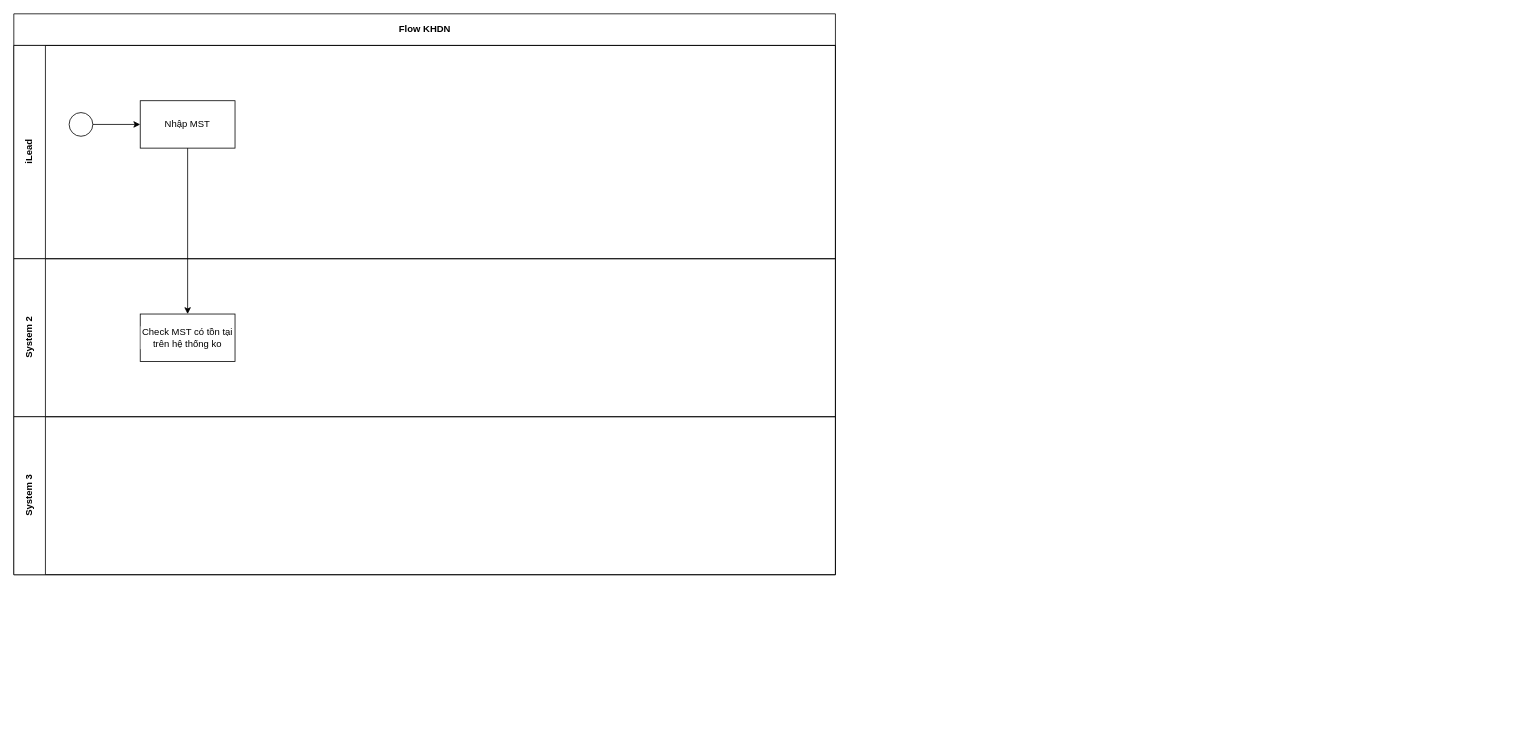
Before: PTI KHDN.drawio in samhp-cloud/star, a draw.io diagram. Source tidied: cells renumbered, new cells numbered last; positions are measured from the earlier drawing's top-left corner, leaving out a move shared by most shapes. Both pictures are drawn from the tidied source at 79%, with x=0, y=0 at pixel (13, 13).
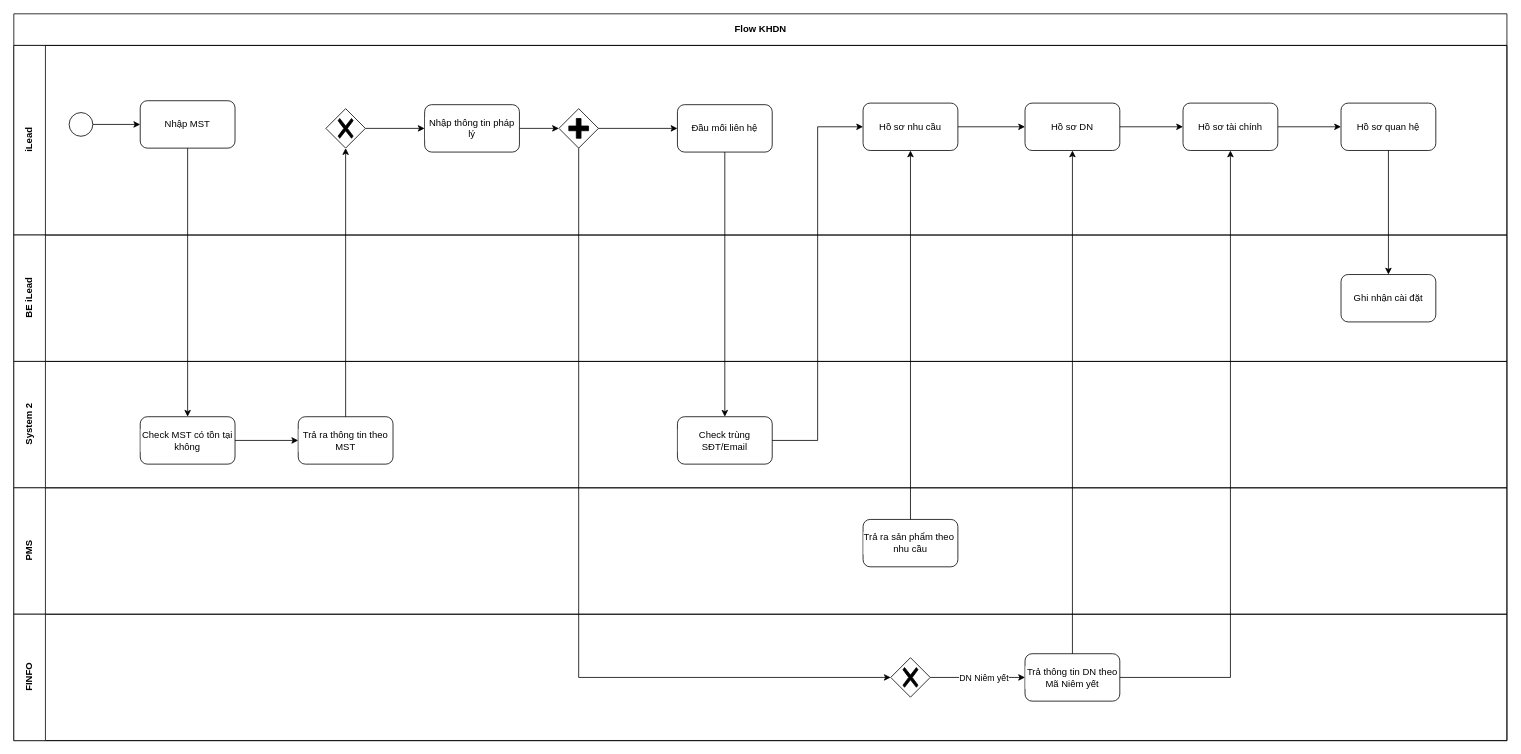
The same diagram, later.

The edit, as a diff of the source:
```diff
@@
     <mxCell id="2" value="Flow KHDN" style="swimlane;html=1;horizontal=1;startSize=40;" parent="1" vertex="1">
-      <mxGeometry width="1040" height="710" as="geometry" />
+      <mxGeometry width="1890" height="920" as="geometry" />
     </mxCell>
     <mxCell id="3" value="iLead" style="swimlane;html=1;startSize=40;horizontal=0;" parent="2" vertex="1">
-      <mxGeometry y="40" width="1040" height="270" as="geometry" />
+      <mxGeometry y="40" width="1890" height="240" as="geometry" />
     </mxCell>
@@
-    <mxCell id="6" value="Nhập MST" style="whiteSpace=wrap;html=1;verticalAlign=middle;labelBackgroundColor=#ffffff;" parent="3" vertex="1">
+    <mxCell id="6" value="Nhập MST" style="whiteSpace=wrap;html=1;verticalAlign=middle;labelBackgroundColor=#ffffff;rounded=1;" parent="3" vertex="1">
       <mxGeometry x="160" y="70" width="120" height="60" as="geometry" />
     </mxCell>
+    <mxCell id="11" style="edgeStyle=orthogonalEdgeStyle;rounded=0;jettySize=auto;html=1;" parent="3" edge="1" source="12" target="14">
+      <mxGeometry relative="1" as="geometry" />
+    </mxCell>
+    <mxCell id="12" style="points=[[0.25,0.25,0],[0.5,0,0],[0.75,0.25,0],[1,0.5,0],[0.75,0.75,0],[0.5,1,0],[0.25,0.75,0],[0,0.5,0]];shape=mxgraph.bpmn.gateway2;html=1;verticalLabelPosition=bottom;labelBackgroundColor=#ffffff;verticalAlign=top;align=center;perimeter=rhombusPerimeter;outlineConnect=0;outline=none;symbol=none;gwType=exclusive;rounded=1;" parent="3" vertex="1">
+      <mxGeometry x="395" y="80" width="50" height="50" as="geometry" />
+    </mxCell>
+    <mxCell id="13" style="edgeStyle=orthogonalEdgeStyle;rounded=0;jettySize=auto;html=1;exitX=1;exitY=0.5;exitDx=0;exitDy=0;entryX=0;entryY=0.5;entryDx=0;entryDy=0;entryPerimeter=0;" parent="3" edge="1" source="14" target="21">
+      <mxGeometry relative="1" as="geometry" />
+    </mxCell>
+    <mxCell id="14" value="Nhập thông tin pháp lý" style="whiteSpace=wrap;html=1;verticalAlign=middle;labelBackgroundColor=#ffffff;rounded=1;" parent="3" vertex="1">
+      <mxGeometry x="520" y="75" width="120" height="60" as="geometry" />
+    </mxCell>
+    <mxCell id="15" value="Đầu mối liên hệ" style="whiteSpace=wrap;html=1;verticalAlign=middle;labelBackgroundColor=#ffffff;rounded=1;" parent="3" vertex="1">
+      <mxGeometry x="840" y="75" width="120" height="60" as="geometry" />
+    </mxCell>
+    <mxCell id="16" style="edgeStyle=orthogonalEdgeStyle;rounded=0;jettySize=auto;html=1;exitX=1;exitY=0.5;exitDx=0;exitDy=0;" parent="3" edge="1" source="17" target="18">
+      <mxGeometry relative="1" as="geometry" />
+    </mxCell>
+    <mxCell id="17" value="Hồ sơ nhu cầu" style="whiteSpace=wrap;html=1;verticalAlign=middle;labelBackgroundColor=#ffffff;rounded=1;" parent="3" vertex="1">
+      <mxGeometry x="1075" y="73" width="120" height="60" as="geometry" />
+    </mxCell>
+    <mxCell id="18" value="Hồ sơ DN" style="whiteSpace=wrap;html=1;verticalAlign=middle;labelBackgroundColor=#ffffff;rounded=1;" parent="3" vertex="1">
+      <mxGeometry x="1280" y="73" width="120" height="60" as="geometry" />
+    </mxCell>
+    <mxCell id="19" value="Hồ sơ quan hệ" style="whiteSpace=wrap;html=1;labelBackgroundColor=#ffffff;rounded=1;" parent="3" vertex="1">
+      <mxGeometry x="1680" y="73" width="120" height="60" as="geometry" />
+    </mxCell>
+    <mxCell id="20" style="edgeStyle=orthogonalEdgeStyle;rounded=0;jettySize=auto;html=1;exitX=1;exitY=0.5;exitDx=0;exitDy=0;exitPerimeter=0;" parent="3" edge="1" source="21" target="15">
+      <mxGeometry relative="1" as="geometry" />
+    </mxCell>
+    <mxCell id="21" style="points=[[0.25,0.25,0],[0.5,0,0],[0.75,0.25,0],[1,0.5,0],[0.75,0.75,0],[0.5,1,0],[0.25,0.75,0],[0,0.5,0]];shape=mxgraph.bpmn.gateway2;html=1;verticalLabelPosition=bottom;labelBackgroundColor=#ffffff;verticalAlign=top;align=center;perimeter=rhombusPerimeter;outlineConnect=0;outline=none;symbol=none;gwType=parallel;rounded=1;" parent="3" vertex="1">
+      <mxGeometry x="690" y="80" width="50" height="50" as="geometry" />
+    </mxCell>
+    <mxCell id="22" value="BE iLead" style="swimlane;html=1;startSize=40;horizontal=0;" parent="2" vertex="1">
+      <mxGeometry y="280" width="1890" height="160" as="geometry" />
+    </mxCell>
+    <mxCell id="23" value="Ghi nhận cài đặt" style="whiteSpace=wrap;html=1;labelBackgroundColor=#ffffff;rounded=1;" parent="22" vertex="1">
+      <mxGeometry x="1680" y="50" width="120" height="60" as="geometry" />
+    </mxCell>
     <mxCell id="7" value="System 2" style="swimlane;html=1;startSize=40;horizontal=0;" parent="2" vertex="1">
-      <mxGeometry y="310" width="1040" height="200" as="geometry" />
+      <mxGeometry y="440" width="1890" height="160" as="geometry" />
     </mxCell>
+    <mxCell id="24" style="edgeStyle=orthogonalEdgeStyle;rounded=0;jettySize=auto;html=1;" parent="7" edge="1" source="8" target="25">
+      <mxGeometry relative="1" as="geometry" />
+    </mxCell>
-    <mxCell id="8" value="Check MST có tồn tại trên hệ thống ko" style="whiteSpace=wrap;html=1;verticalAlign=middle;labelBackgroundColor=#ffffff;" parent="7" vertex="1">
+    <mxCell id="8" value="Check MST có tồn tại không" style="whiteSpace=wrap;html=1;verticalAlign=middle;labelBackgroundColor=#ffffff;rounded=1;" parent="7" vertex="1">
       <mxGeometry x="160" y="70" width="120" height="60" as="geometry" />
     </mxCell>
+    <mxCell id="25" value="Trả ra thông tin theo MST" style="whiteSpace=wrap;html=1;labelBackgroundColor=#ffffff;rounded=1;" parent="7" vertex="1">
+      <mxGeometry x="360" y="70" width="120" height="60" as="geometry" />
+    </mxCell>
+    <mxCell id="26" value="Check trùng SĐT/Email" style="whiteSpace=wrap;html=1;labelBackgroundColor=#ffffff;rounded=1;" parent="7" vertex="1">
+      <mxGeometry x="840" y="70" width="120" height="60" as="geometry" />
+    </mxCell>
-    <mxCell id="9" value="System 3" style="swimlane;html=1;startSize=40;horizontal=0;" parent="2" vertex="1">
-      <mxGeometry y="510" width="1040" height="200" as="geometry" />
+    <mxCell id="9" value="PMS" style="swimlane;html=1;startSize=40;horizontal=0;" parent="2" vertex="1">
+      <mxGeometry y="600" width="1890" height="160" as="geometry" />
     </mxCell>
+    <mxCell id="27" value="Trả ra sản phẩm theo&amp;nbsp; nhu cầu" style="whiteSpace=wrap;html=1;labelBackgroundColor=#ffffff;rounded=1;" parent="9" vertex="1">
+      <mxGeometry x="1075" y="40" width="120" height="60" as="geometry" />
+    </mxCell>
+    <mxCell id="28" value="FINFO" style="swimlane;html=1;startSize=40;horizontal=0;" parent="2" vertex="1">
+      <mxGeometry y="760" width="1890" height="160" as="geometry" />
+    </mxCell>
+    <mxCell id="29" value="Trả thông tin DN theo Mã Niêm yết" style="whiteSpace=wrap;html=1;labelBackgroundColor=#ffffff;rounded=1;" parent="28" vertex="1">
+      <mxGeometry x="1280" y="50" width="120" height="60" as="geometry" />
+    </mxCell>
+    <mxCell id="30" style="edgeStyle=orthogonalEdgeStyle;rounded=0;jettySize=auto;html=1;exitX=1;exitY=0.5;exitDx=0;exitDy=0;exitPerimeter=0;entryX=0;entryY=0.5;entryDx=0;entryDy=0;" parent="28" edge="1" source="32" target="29">
+      <mxGeometry relative="1" as="geometry" />
+    </mxCell>
+    <mxCell id="31" value="DN Niêm yết" style="edgeLabel;html=1;align=center;verticalAlign=middle;" parent="30" vertex="1">
+      <mxGeometry x="0.12" relative="1" as="geometry" />
+    </mxCell>
+    <mxCell id="32" style="points=[[0.25,0.25,0],[0.5,0,0],[0.75,0.25,0],[1,0.5,0],[0.75,0.75,0],[0.5,1,0],[0.25,0.75,0],[0,0.5,0]];shape=mxgraph.bpmn.gateway2;html=1;verticalLabelPosition=bottom;labelBackgroundColor=#ffffff;verticalAlign=top;align=center;perimeter=rhombusPerimeter;outlineConnect=0;outline=none;symbol=none;gwType=exclusive;rounded=1;" parent="28" vertex="1">
+      <mxGeometry x="1110" y="55" width="50" height="50" as="geometry" />
+    </mxCell>
@@
+    <mxCell id="33" style="edgeStyle=orthogonalEdgeStyle;rounded=0;jettySize=auto;html=1;exitX=0.5;exitY=0;exitDx=0;exitDy=0;entryX=0.5;entryY=1;entryDx=0;entryDy=0;entryPerimeter=0;" parent="2" edge="1" source="25" target="12">
+      <mxGeometry relative="1" as="geometry" />
+    </mxCell>
+    <mxCell id="34" style="edgeStyle=orthogonalEdgeStyle;rounded=0;jettySize=auto;html=1;" parent="2" edge="1" source="15" target="26">
+      <mxGeometry relative="1" as="geometry" />
+    </mxCell>
+    <mxCell id="35" style="edgeStyle=orthogonalEdgeStyle;rounded=0;jettySize=auto;html=1;exitX=1;exitY=0.5;exitDx=0;exitDy=0;entryX=0;entryY=0.5;entryDx=0;entryDy=0;" parent="2" edge="1" source="26" target="17">
+      <mxGeometry relative="1" as="geometry" />
+    </mxCell>
+    <mxCell id="36" style="edgeStyle=orthogonalEdgeStyle;rounded=0;jettySize=auto;html=1;exitX=0.5;exitY=0;exitDx=0;exitDy=0;entryX=0.5;entryY=1;entryDx=0;entryDy=0;" parent="2" edge="1" source="27" target="17">
+      <mxGeometry relative="1" as="geometry" />
+    </mxCell>
+    <mxCell id="37" style="edgeStyle=orthogonalEdgeStyle;rounded=0;jettySize=auto;html=1;exitX=0.5;exitY=0;exitDx=0;exitDy=0;entryX=0.5;entryY=1;entryDx=0;entryDy=0;" parent="2" edge="1" source="29" target="18">
+      <mxGeometry relative="1" as="geometry" />
+    </mxCell>
+    <mxCell id="38" style="edgeStyle=orthogonalEdgeStyle;rounded=0;jettySize=auto;html=1;" parent="2" edge="1" source="19" target="23">
+      <mxGeometry relative="1" as="geometry" />
+    </mxCell>
+    <mxCell id="39" style="edgeStyle=orthogonalEdgeStyle;rounded=0;jettySize=auto;html=1;exitX=0.5;exitY=1;exitDx=0;exitDy=0;exitPerimeter=0;entryX=0;entryY=0.5;entryDx=0;entryDy=0;entryPerimeter=0;" parent="2" edge="1" source="21" target="32">
+      <mxGeometry relative="1" as="geometry" />
+    </mxCell>
+    <mxCell id="40" style="edgeStyle=orthogonalEdgeStyle;rounded=0;jettySize=auto;html=1;" parent="1" edge="1" source="41" target="19">
+      <mxGeometry relative="1" as="geometry" />
+    </mxCell>
+    <mxCell id="41" value="Hồ sơ tài chính" style="whiteSpace=wrap;html=1;labelBackgroundColor=#ffffff;rounded=1;" parent="1" vertex="1">
+      <mxGeometry x="1480" y="113" width="120" height="60" as="geometry" />
+    </mxCell>
+    <mxCell id="42" style="edgeStyle=orthogonalEdgeStyle;rounded=0;jettySize=auto;html=1;" parent="1" edge="1" source="18" target="41">
+      <mxGeometry relative="1" as="geometry" />
+    </mxCell>
+    <mxCell id="43" style="edgeStyle=orthogonalEdgeStyle;rounded=0;jettySize=auto;html=1;exitX=1;exitY=0.5;exitDx=0;exitDy=0;entryX=0.5;entryY=1;entryDx=0;entryDy=0;" parent="1" edge="1" source="29" target="41">
+      <mxGeometry relative="1" as="geometry" />
+    </mxCell>
```
